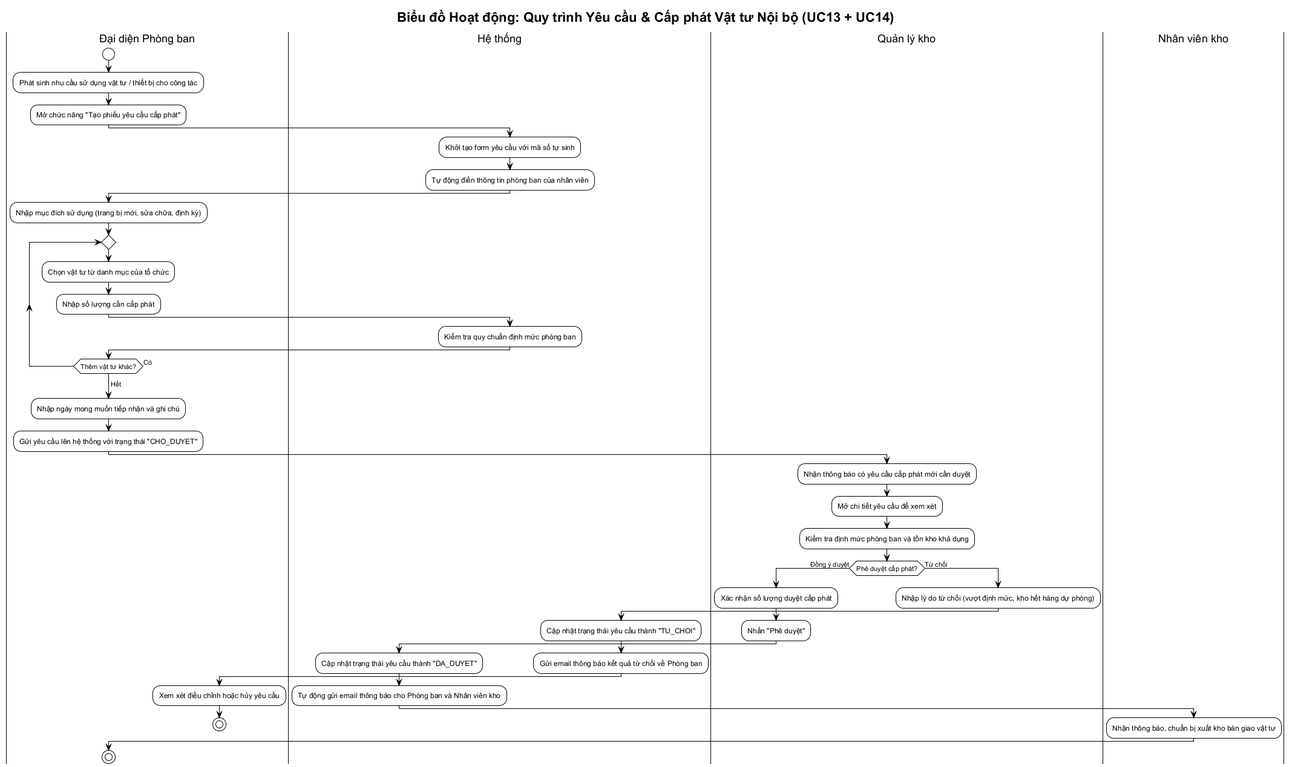
Earlier version of the PlantUML export BTL-QuanLyKhoHang/diagrams/activity-yeu-cau-cap-phat.png (vuhoabinh2416137/G8_Quanlysanphamvakhohang). The source it was exported from:
```plantuml
@startuml activity-yeu-cau-cap-phat
!theme plain
skinparam defaultFontName "Arial"
title Biểu đồ Hoạt động: Quy trình Yêu cầu & Cấp phát Vật tư Nội bộ (UC13 + UC14)

|Đại diện Phòng ban|
start
:Phát sinh nhu cầu sử dụng vật tư / thiết bị cho công tác;
:Mở chức năng "Tạo phiếu yêu cầu cấp phát";

|Hệ thống|
:Khởi tạo form yêu cầu với mã số tự sinh;
:Tự động điền thông tin phòng ban của nhân viên;

|Đại diện Phòng ban|
:Nhập mục đích sử dụng (trang bị mới, sửa chữa, định kỳ);
repeat
    :Chọn vật tư từ danh mục của tổ chức;
    :Nhập số lượng cần cấp phát;
    |Hệ thống|
    :Kiểm tra quy chuẩn định mức phòng ban;
    |Đại diện Phòng ban|
repeat while (Thêm vật tư khác?) is (Có)
-> Hết;

:Nhập ngày mong muốn tiếp nhận và ghi chú;
:Gửi yêu cầu lên hệ thống với trạng thái "CHO_DUYET";

|Quản lý kho|
:Nhận thông báo có yêu cầu cấp phát mới cần duyệt;
:Mở chi tiết yêu cầu để xem xét;
:Kiểm tra định mức phòng ban và tồn kho khả dụng;

if (Phê duyệt cấp phát?) then (Đồng ý duyệt)
    :Xác nhận số lượng duyệt cấp phát;
    :Nhấn "Phê duyệt";
    |Hệ thống|
    :Cập nhật trạng thái yêu cầu thành "DA_DUYET";
    :Tự động gửi email thông báo cho Phòng ban và Nhân viên kho;
    |Nhân viên kho|
    :Nhận thông báo, chuẩn bị xuất kho bàn giao vật tư;
else (Từ chối)
    |Quản lý kho|
    :Nhập lý do từ chối (vượt định mức, kho hết hàng dự phòng);
    |Hệ thống|
    :Cập nhật trạng thái yêu cầu thành "TU_CHOI";
    :Gửi email thông báo kết quả từ chối về Phòng ban;
    |Đại diện Phòng ban|
    :Xem xét điều chỉnh hoặc hủy yêu cầu;
    stop
endif

stop
@enduml
```
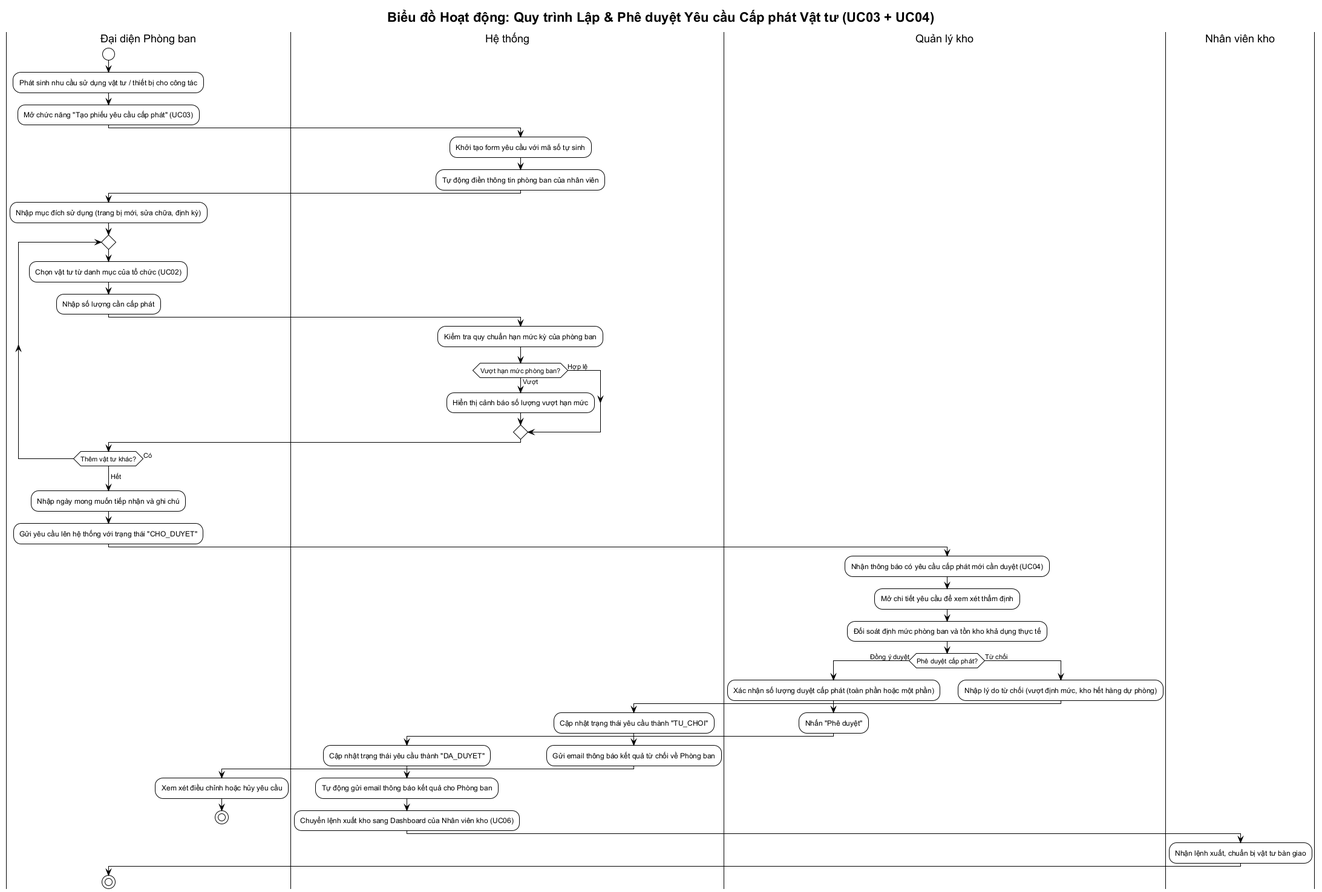
Later version of the same file.

Change to the diagram source:
```diff
@@ -1,12 +1,12 @@
 @startuml activity-yeu-cau-cap-phat
 !theme plain
 skinparam defaultFontName "Arial"
-title Biểu đồ Hoạt động: Quy trình Yêu cầu & Cấp phát Vật tư Nội bộ (UC13 + UC14)
+title Biểu đồ Hoạt động: Quy trình Lập & Phê duyệt Yêu cầu Cấp phát Vật tư (UC03 + UC04)
 
 |Đại diện Phòng ban|
 start
 :Phát sinh nhu cầu sử dụng vật tư / thiết bị cho công tác;
-:Mở chức năng "Tạo phiếu yêu cầu cấp phát";
+:Mở chức năng "Tạo phiếu yêu cầu cấp phát" (UC03);
 
 |Hệ thống|
 :Khởi tạo form yêu cầu với mã số tự sinh;
@@ -15,10 +15,14 @@
 |Đại diện Phòng ban|
 :Nhập mục đích sử dụng (trang bị mới, sửa chữa, định kỳ);
 repeat
-    :Chọn vật tư từ danh mục của tổ chức;
+    :Chọn vật tư từ danh mục của tổ chức (UC02);
     :Nhập số lượng cần cấp phát;
     |Hệ thống|
-    :Kiểm tra quy chuẩn định mức phòng ban;
+    :Kiểm tra quy chuẩn hạn mức kỳ của phòng ban;
+    if (Vượt hạn mức phòng ban?) then (Vượt)
+        :Hiển thị cảnh báo số lượng vượt hạn mức;
+    else (Hợp lệ)
+    endif
     |Đại diện Phòng ban|
 repeat while (Thêm vật tư khác?) is (Có)
 -> Hết;
@@ -27,18 +31,19 @@
 :Gửi yêu cầu lên hệ thống với trạng thái "CHO_DUYET";
 
 |Quản lý kho|
-:Nhận thông báo có yêu cầu cấp phát mới cần duyệt;
-:Mở chi tiết yêu cầu để xem xét;
-:Kiểm tra định mức phòng ban và tồn kho khả dụng;
+:Nhận thông báo có yêu cầu cấp phát mới cần duyệt (UC04);
+:Mở chi tiết yêu cầu để xem xét thẩm định;
+:Đối soát định mức phòng ban và tồn kho khả dụng thực tế;
 
 if (Phê duyệt cấp phát?) then (Đồng ý duyệt)
-    :Xác nhận số lượng duyệt cấp phát;
+    :Xác nhận số lượng duyệt cấp phát (toàn phần hoặc một phần);
     :Nhấn "Phê duyệt";
     |Hệ thống|
     :Cập nhật trạng thái yêu cầu thành "DA_DUYET";
-    :Tự động gửi email thông báo cho Phòng ban và Nhân viên kho;
+    :Tự động gửi email thông báo kết quả cho Phòng ban;
+    :Chuyển lệnh xuất kho sang Dashboard của Nhân viên kho (UC06);
     |Nhân viên kho|
-    :Nhận thông báo, chuẩn bị xuất kho bàn giao vật tư;
+    :Nhận lệnh xuất, chuẩn bị vật tư bàn giao;
 else (Từ chối)
     |Quản lý kho|
     :Nhập lý do từ chối (vượt định mức, kho hết hàng dự phòng);
```
